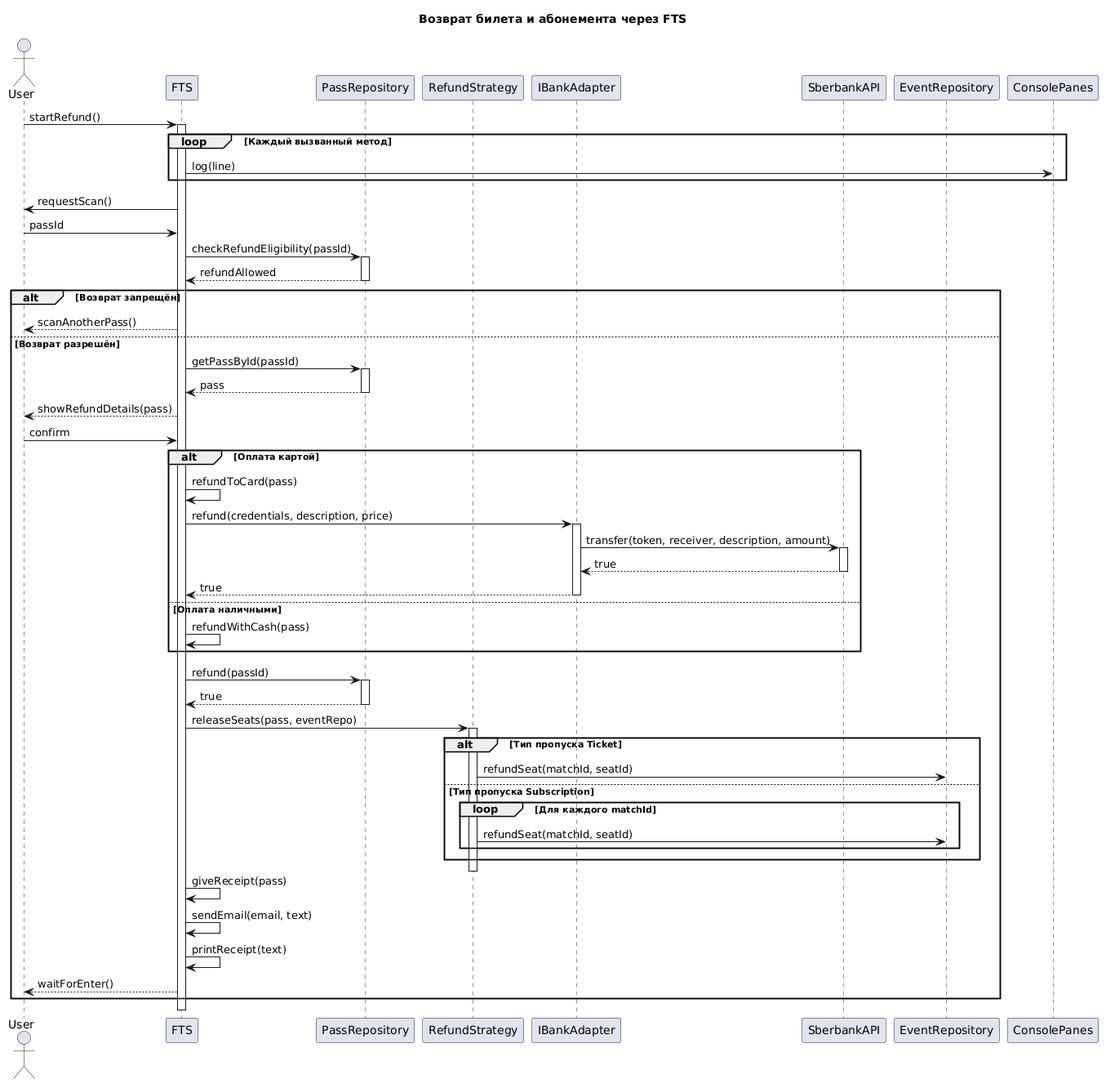
Above: source/Диаграмма последовательности - Возврат покупок и абонементов.png in penamarth/bsbo-11-24_team5_var10_football (PlantUML), before the change. Source of this version:
```plantuml
@startuml
title Возврат билета и абонемента через FTS

actor "User" as User
participant "FTS" as FTS
participant "PassRepository" as PassRepository
participant "RefundStrategy" as Strategy
participant "IBankAdapter" as Bank
participant "SberbankAPI" as Sber
participant "EventRepository" as EventRepository
participant "ConsolePanes" as Panes

User -> FTS : startRefund()
activate FTS

loop Каждый вызванный метод
    FTS -> Panes : log(line)
end

FTS -> User : requestScan()
User -> FTS : passId

FTS -> PassRepository : checkRefundEligibility(passId)
activate PassRepository
PassRepository --> FTS : refundAllowed
deactivate PassRepository

alt Возврат запрещён
    FTS --> User : scanAnotherPass()
else Возврат разрешён
    FTS -> PassRepository : getPassById(passId)
    activate PassRepository
    PassRepository --> FTS : pass
    deactivate PassRepository

    FTS --> User : showRefundDetails(pass)
    User -> FTS : confirm

    alt Оплата картой
        FTS -> FTS : refundToCard(pass)
        FTS -> Bank : refund(credentials, description, price)
        activate Bank
        Bank -> Sber : transfer(token, receiver, description, amount)
        activate Sber
        Sber --> Bank : true
        deactivate Sber
        Bank --> FTS : true
        deactivate Bank
    else Оплата наличными
        FTS -> FTS : refundWithCash(pass)
    end

    FTS -> PassRepository : refund(passId)
    activate PassRepository
    PassRepository --> FTS : true
    deactivate PassRepository

    FTS -> Strategy : releaseSeats(pass, eventRepo)
    activate Strategy
    alt Тип пропуска Ticket
        Strategy -> EventRepository : refundSeat(matchId, seatId)
    else Тип пропуска Subscription
        loop Для каждого matchId
            Strategy -> EventRepository : refundSeat(matchId, seatId)
        end
    end
    deactivate Strategy

    FTS -> FTS : giveReceipt(pass)
    FTS -> FTS : sendEmail(email, text)
    FTS -> FTS : printReceipt(text)
    FTS --> User : waitForEnter()
end

deactivate FTS
@enduml
```
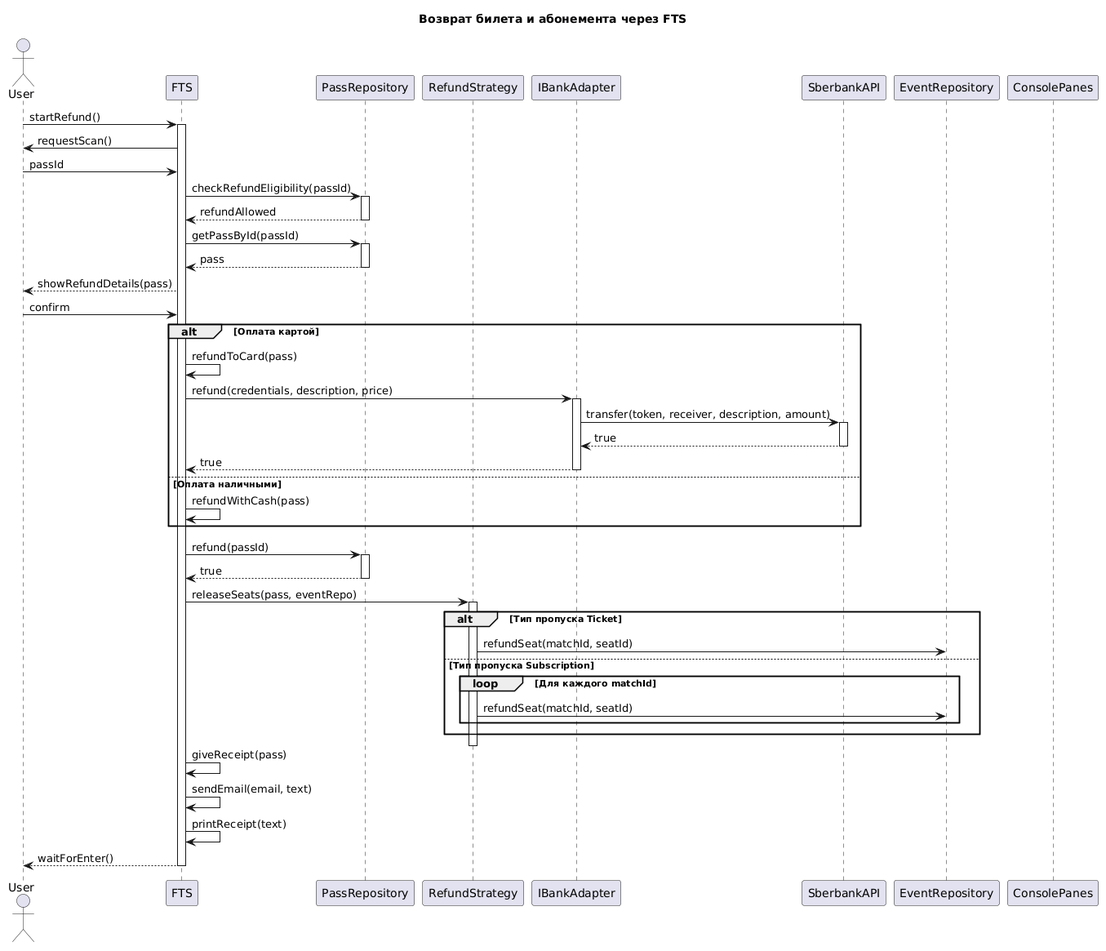
After the change.

The edit, as a diff of the source:
```diff
@@ -13,10 +13,6 @@
 User -> FTS : startRefund()
 activate FTS
 
-loop Каждый вызванный метод
-    FTS -> Panes : log(line)
-end
-
 FTS -> User : requestScan()
 User -> FTS : passId
 
@@ -25,9 +21,6 @@
 PassRepository --> FTS : refundAllowed
 deactivate PassRepository
 
-alt Возврат запрещён
-    FTS --> User : scanAnotherPass()
-else Возврат разрешён
     FTS -> PassRepository : getPassById(passId)
     activate PassRepository
     PassRepository --> FTS : pass
@@ -70,7 +63,6 @@
     FTS -> FTS : sendEmail(email, text)
     FTS -> FTS : printReceipt(text)
     FTS --> User : waitForEnter()
-end
 
 deactivate FTS
 @enduml
```
